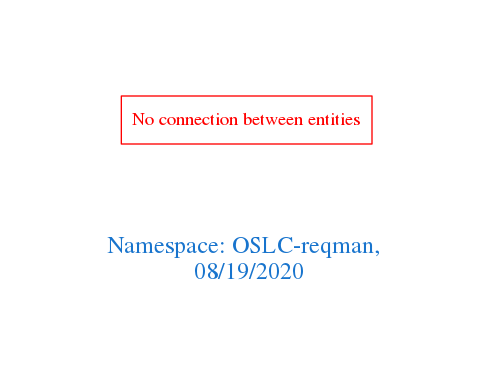
arago/OGIT keeps this Graphviz diagram as downloads/OSLC-reqman.png. Above is the earlier version. Its source is kept beside it as downloads/OSLC-reqman.dot.
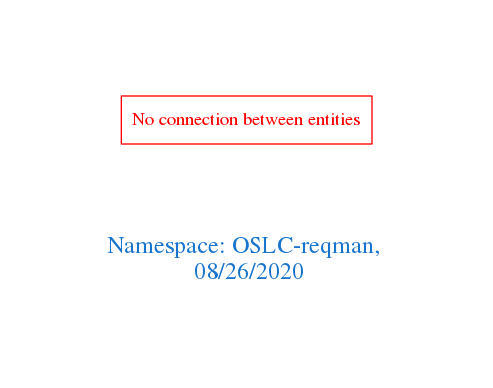
The same file after the commit.

What changed in the source:
```diff
@@ -1,7 +1,7 @@
 digraph OGIT_ontology {
  graph [ rankdir= LR,pad=1
 fontsize = 18,
-fontcolor= dodgerblue3,label = "\n\n\nNamespace: OSLC-reqman, \n 08/19/2020"];
+fontcolor= dodgerblue3,label = "\n\n\nNamespace: OSLC-reqman, \n 08/26/2020"];
 node[shape=polygon];
 edge [  color="gray81"];
 
```
